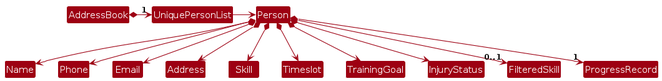
The PlantUML diagram diagrams/BetterModelClassDiagram.png in momentumnn/tp, before a commit. Its source is kept beside it as diagrams/BetterModelClassDiagram.puml.
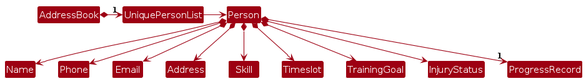
Above is the later version.

Diff of the diagram source:
```diff
@@ -15,6 +15,5 @@
 Person *--> Timeslot
 Person *--> TrainingGoal
 Person *--> InjuryStatus
-Person *--> "0..1" FilteredSkill
 Person *--> "1" ProgressRecord
 @enduml
```
